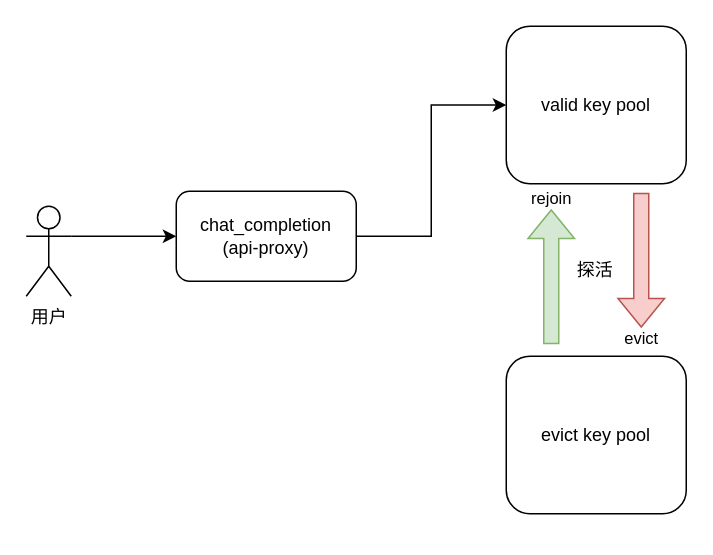
Earlier version of the draw.io diagram llm_api_proxy.drawio (learn2Pro/draw_io_save). Source tidied: cells renumbered, new cells numbered last; positions are measured from the earlier drawing's top-left corner, leaving out a move shared by most shapes. Both pictures are drawn from the tidied source at 150%, with x=0, y=0 at pixel (26, 26).
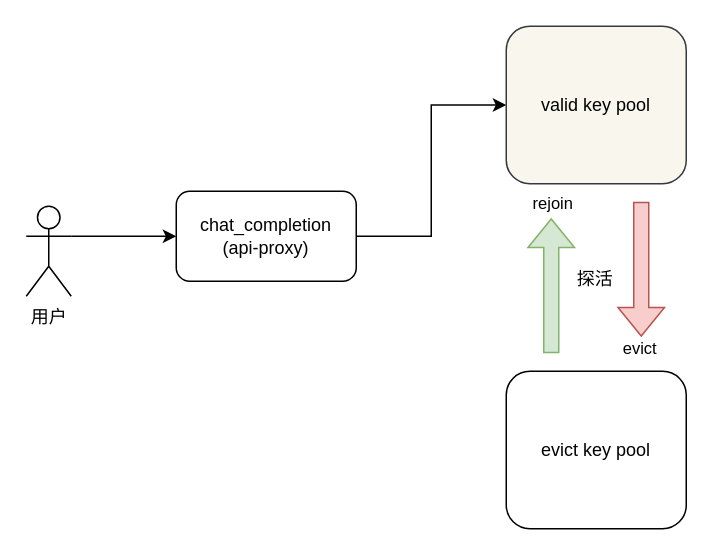
Above is the later version.

What changed in the source:
```diff
@@
 <mxGraphModel>
   <root>
     <mxCell id="0" />
     <mxCell id="1" parent="0" />
     <mxCell id="2" value="用户" style="shape=umlActor;verticalLabelPosition=bottom;verticalAlign=top;html=1;outlineConnect=0;" parent="1" vertex="1">
       <mxGeometry y="120" width="30" height="60" as="geometry" />
     </mxCell>
     <mxCell id="3" style="edgeStyle=orthogonalEdgeStyle;rounded=0;jettySize=auto;html=1;entryX=0;entryY=0.5;entryDx=0;entryDy=0;" parent="1" edge="1" source="4" target="6">
       <mxGeometry relative="1" as="geometry" />
     </mxCell>
     <mxCell id="4" value="chat_completion&lt;br&gt;(api-proxy)" style="rounded=1;whiteSpace=wrap;html=1;" parent="1" vertex="1">
       <mxGeometry x="100" y="110" width="120" height="60" as="geometry" />
     </mxCell>
     <mxCell id="5" style="endArrow=classic;html=1;rounded=0;exitX=1;exitY=0.3333333333333333;exitDx=0;exitDy=0;exitPerimeter=0;entryX=0;entryY=0.5;entryDx=0;entryDy=0;edgeStyle=orthogonalEdgeStyle;curved=1;" parent="1" edge="1" source="2" target="4">
       <mxGeometry relative="1" as="geometry" />
     </mxCell>
-    <mxCell id="6" value="valid key pool" style="rounded=1;whiteSpace=wrap;html=1;" parent="1" vertex="1">
+    <mxCell id="6" value="valid key pool" style="rounded=1;whiteSpace=wrap;html=1;fillColor=#f9f7ed;strokeColor=#36393d;" parent="1" vertex="1">
       <mxGeometry x="320" width="120" height="105" as="geometry" />
     </mxCell>
     <mxCell id="7" value="evict key pool" style="rounded=1;whiteSpace=wrap;html=1;" parent="1" vertex="1">
-      <mxGeometry x="320" y="220" width="120" height="105" as="geometry" />
+      <mxGeometry x="320" y="230" width="120" height="105" as="geometry" />
     </mxCell>
+    <mxCell id="13" style="group;" parent="1" vertex="1">
+      <mxGeometry x="350" y="117" width="60" height="101" as="geometry" />
+    </mxCell>
-    <mxCell id="8" style="shape=flexArrow;endArrow=classic;html=1;rounded=0;fillColor=#f8cecc;strokeColor=#b85450;" parent="1" edge="1">
+    <mxCell id="8" style="shape=flexArrow;endArrow=classic;html=1;rounded=0;fillColor=#f8cecc;strokeColor=#b85450;" parent="13" edge="1">
       <mxGeometry relative="1" as="geometry">
-        <mxPoint x="410" y="111" as="sourcePoint" />
-        <mxPoint x="410" y="201" as="targetPoint" />
+        <mxPoint x="60" as="sourcePoint" />
+        <mxPoint x="60" y="90" as="targetPoint" />
       </mxGeometry>
     </mxCell>
     <mxCell id="9" value="evict" style="edgeLabel;html=1;align=center;verticalAlign=middle;" parent="8" vertex="1">
       <mxGeometry x="0.67" y="1" relative="1" as="geometry">
-        <mxPoint x="-2" y="21" as="offset" />
+        <mxPoint x="-3" y="22" as="offset" />
       </mxGeometry>
     </mxCell>
-    <mxCell id="10" style="shape=flexArrow;endArrow=classic;html=1;rounded=0;fillColor=#d5e8d4;strokeColor=#82b366;" parent="1" edge="1">
+    <mxCell id="10" style="shape=flexArrow;endArrow=classic;html=1;rounded=0;fillColor=#d5e8d4;strokeColor=#82b366;" parent="13" edge="1">
       <mxGeometry relative="1" as="geometry">
-        <mxPoint x="350" y="212" as="sourcePoint" />
-        <mxPoint x="350" y="122" as="targetPoint" />
+        <mxPoint y="101" as="sourcePoint" />
+        <mxPoint y="11" as="targetPoint" />
       </mxGeometry>
     </mxCell>
     <mxCell id="11" value="rejoin" style="edgeLabel;html=1;align=center;verticalAlign=middle;" parent="10" vertex="1">
       <mxGeometry x="0.73" y="-1" relative="1" as="geometry">
-        <mxPoint x="-2" y="-20" as="offset" />
+        <mxPoint x="-1" y="-23" as="offset" />
       </mxGeometry>
     </mxCell>
-    <mxCell id="12" value="探活" style="text;html=1;align=center;verticalAlign=middle;strokeColor=none;fillColor=none;" parent="1" vertex="1">
-      <mxGeometry x="354" y="148" width="50" height="30" as="geometry" />
+    <mxCell id="12" value="探活" style="text;html=1;align=center;verticalAlign=middle;strokeColor=none;fillColor=none;" parent="13" vertex="1">
+      <mxGeometry x="4" y="37" width="50" height="30" as="geometry" />
     </mxCell>
   </root>
 </mxGraphModel>
```
